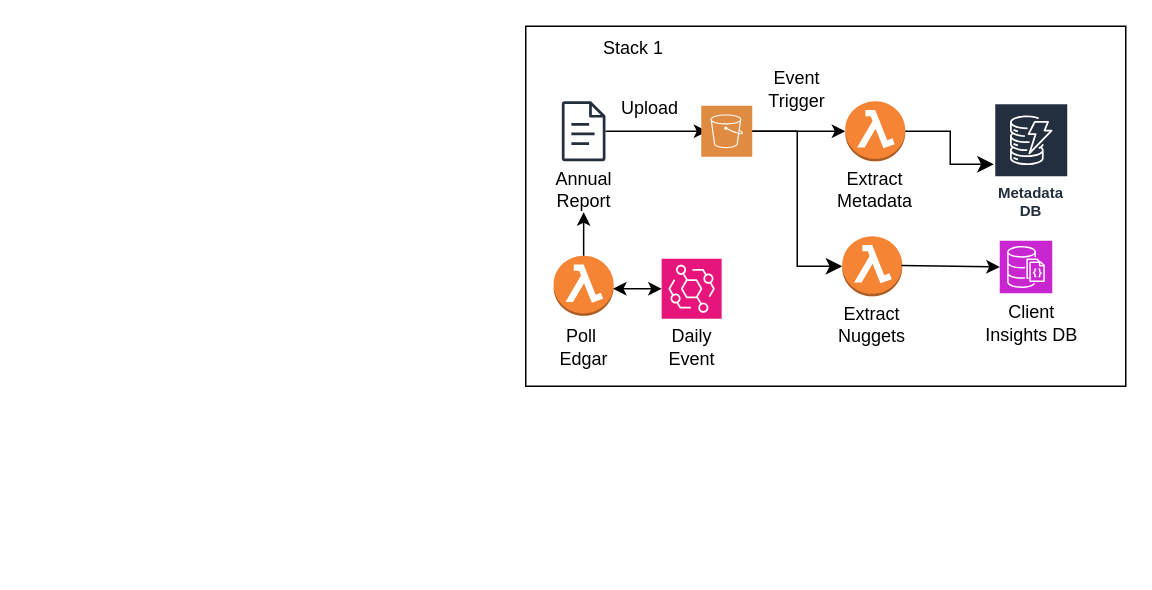
This is architecture/maxit.drawio from 2gauravc/maxit_sales_bot, a draw.io file, before an edit. Source tidied: cells renumbered, new cells numbered last; positions are measured from the earlier drawing's top-left corner, leaving out a move shared by most shapes. Both pictures are drawn from the tidied source at 150%, with x=0, y=0 at pixel (525, 26). Pictures stored in the file or linked from it are replaced by grey dashed boxes.
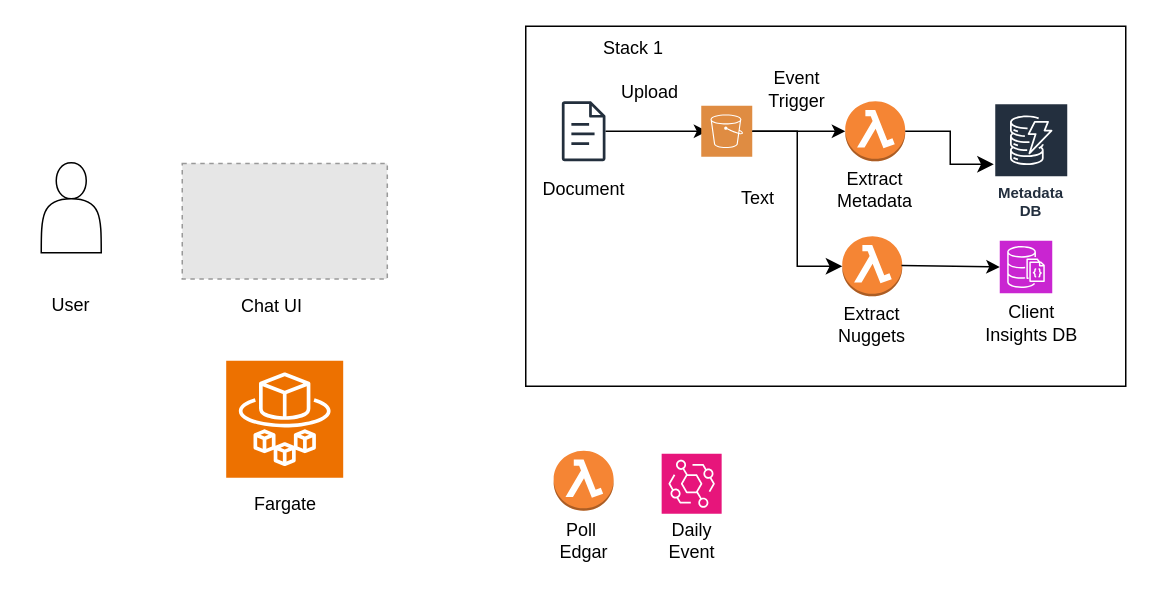
Above is the later version.

Change to the diagram source:
```diff
@@
-    <mxCell id="5" value="Annual Report" style="text;html=1;align=center;verticalAlign=middle;whiteSpace=wrap;rounded=0;" parent="1" vertex="1">
+    <mxCell id="5" value="Document" style="text;html=1;align=center;verticalAlign=middle;whiteSpace=wrap;rounded=0;" parent="1" vertex="1">
       <mxGeometry x="8.6" y="94" width="60" height="30" as="geometry" />
     </mxCell>
@@
     <mxCell id="8" value="Upload" style="text;html=1;align=center;verticalAlign=middle;whiteSpace=wrap;rounded=0;" parent="1" vertex="1">
-      <mxGeometry x="53.2" y="40" width="60" height="30" as="geometry" />
+      <mxGeometry x="53.2" y="29" width="60" height="30" as="geometry" />
     </mxCell>
@@
     <mxCell id="20" style="outlineConnect=0;dashed=0;verticalLabelPosition=bottom;verticalAlign=top;align=center;html=1;shape=mxgraph.aws3.lambda_function;fillColor=#F58534;gradientColor=none;" parent="1" vertex="1">
-      <mxGeometry x="18.6" y="153" width="40" height="40" as="geometry" />
+      <mxGeometry x="18.6" y="283" width="40" height="40" as="geometry" />
     </mxCell>
     <mxCell id="21" value="Poll&amp;nbsp;&lt;div&gt;Edgar&lt;/div&gt;" style="text;html=1;align=center;verticalAlign=middle;whiteSpace=wrap;rounded=0;" parent="1" vertex="1">
-      <mxGeometry x="8.6" y="199" width="60" height="30" as="geometry" />
+      <mxGeometry x="8.6" y="328" width="60" height="30" as="geometry" />
     </mxCell>
     <mxCell id="22" style="sketch=0;points=[[0,0,0],[0.25,0,0],[0.5,0,0],[0.75,0,0],[1,0,0],[0,1,0],[0.25,1,0],[0.5,1,0],[0.75,1,0],[1,1,0],[0,0.25,0],[0,0.5,0],[0,0.75,0],[1,0.25,0],[1,0.5,0],[1,0.75,0]];outlineConnect=0;fontColor=#232F3E;fillColor=#E7157B;strokeColor=#ffffff;dashed=0;verticalLabelPosition=bottom;verticalAlign=top;align=center;html=1;fontSize=12;fontStyle=0;shape=mxgraph.aws4.resourceIcon;resIcon=mxgraph.aws4.eventbridge;" parent="1" vertex="1">
-      <mxGeometry x="90.6" y="155" width="40" height="40" as="geometry" />
+      <mxGeometry x="90.6" y="285" width="40" height="40" as="geometry" />
     </mxCell>
     <mxCell id="23" value="Daily Event" style="text;html=1;align=center;verticalAlign=middle;whiteSpace=wrap;rounded=0;" parent="1" vertex="1">
-      <mxGeometry x="80.6" y="199" width="60" height="30" as="geometry" />
+      <mxGeometry x="80.6" y="328" width="60" height="30" as="geometry" />
     </mxCell>
-    <mxCell id="24" style="endArrow=classic;startArrow=classic;html=1;rounded=0;entryX=0;entryY=0.5;entryDx=0;entryDy=0;entryPerimeter=0;" parent="1" edge="1" target="22">
-      <mxGeometry relative="1" as="geometry">
-        <mxPoint x="58.2" y="175" as="sourcePoint" />
-      </mxGeometry>
-    </mxCell>
-    <mxCell id="25" style="endArrow=classic;html=1;rounded=0;entryX=0.5;entryY=1;entryDx=0;entryDy=0;exitX=0.5;exitY=0;exitDx=0;exitDy=0;exitPerimeter=0;" parent="1" edge="1" source="20" target="5">
-      <mxGeometry relative="1" as="geometry" />
-    </mxCell>
@@
+    <mxCell id="27" style="shape=actor;whiteSpace=wrap;html=1;" parent="1" vertex="1">
+      <mxGeometry x="-323" y="91" width="40" height="60" as="geometry" />
+    </mxCell>
+    <mxCell id="28" style="fillColor=#E6E6E6;strokeColor=#999999;dashed=1;verticalLabelPosition=bottom;verticalAlign=top;" parent="1" vertex="1">
+      <mxGeometry x="-229" y="91.5" width="136.7" height="77" as="geometry" />
+    </mxCell>
+    <mxCell id="29" value="Text" style="text;html=1;align=center;verticalAlign=middle;whiteSpace=wrap;rounded=0;" parent="1" vertex="1">
+      <mxGeometry x="125" y="100" width="60" height="30" as="geometry" />
+    </mxCell>
+    <mxCell id="30" value="User" style="text;html=1;align=center;verticalAlign=middle;whiteSpace=wrap;rounded=0;" parent="1" vertex="1">
+      <mxGeometry x="-333" y="171" width="60" height="30" as="geometry" />
+    </mxCell>
+    <mxCell id="31" value="Chat UI" style="text;html=1;align=center;verticalAlign=middle;whiteSpace=wrap;rounded=0;" parent="1" vertex="1">
+      <mxGeometry x="-199" y="172" width="60" height="30" as="geometry" />
+    </mxCell>
+    <mxCell id="32" value="Fargate" style="text;html=1;align=center;verticalAlign=middle;whiteSpace=wrap;rounded=0;" parent="1" vertex="1">
+      <mxGeometry x="-190" y="304" width="60" height="30" as="geometry" />
+    </mxCell>
+    <mxCell id="33" style="sketch=0;fontColor=#232F3E;fillColor=#ED7100;strokeColor=#ffffff;dashed=0;verticalLabelPosition=bottom;verticalAlign=top;align=center;html=1;fontSize=12;fontStyle=0;shape=mxgraph.aws4.resourceIcon;resIcon=mxgraph.aws4.fargate;" parent="1" vertex="1">
+      <mxGeometry x="-199.7" y="223" width="78" height="78" as="geometry" />
+    </mxCell>
```
